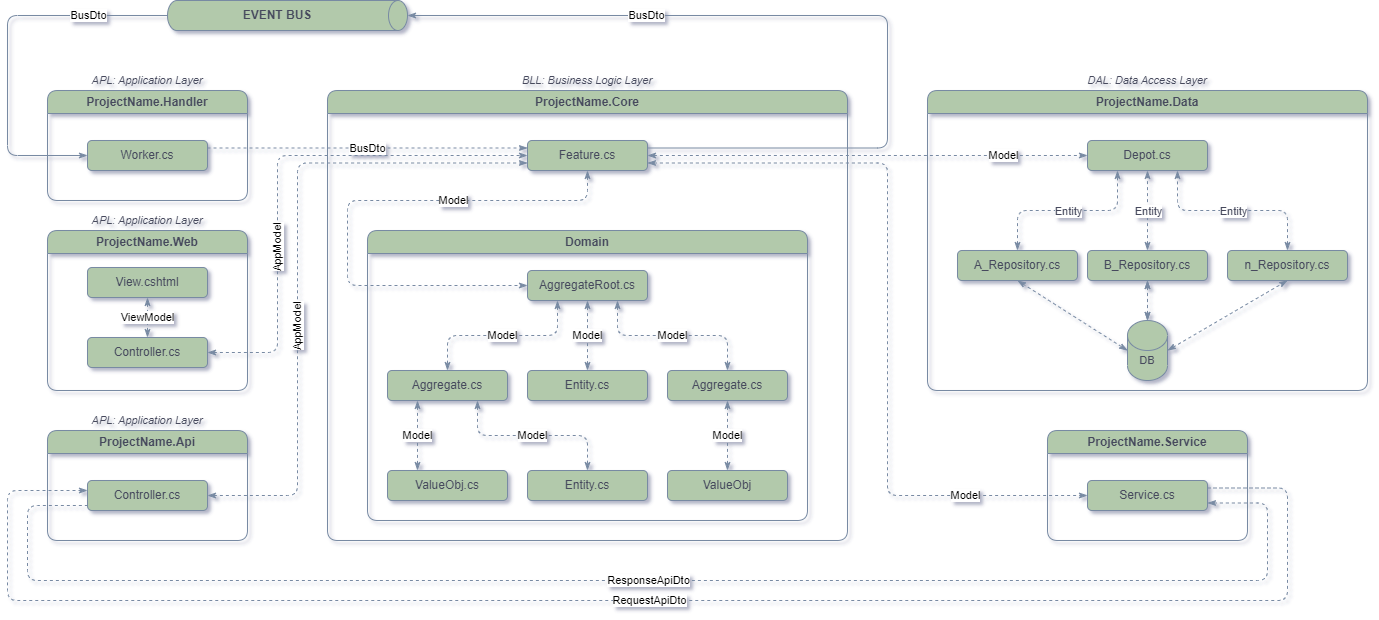
iDoctor1977/MicroServicesTemplate keeps this draw.io diagram as docs/SolutionArchitecture_style.png. Above is the earlier version. Source tidied: cells renumbered, new cells last; positions are measured from the earlier drawing's top-left corner, leaving out a move shared by most shapes.
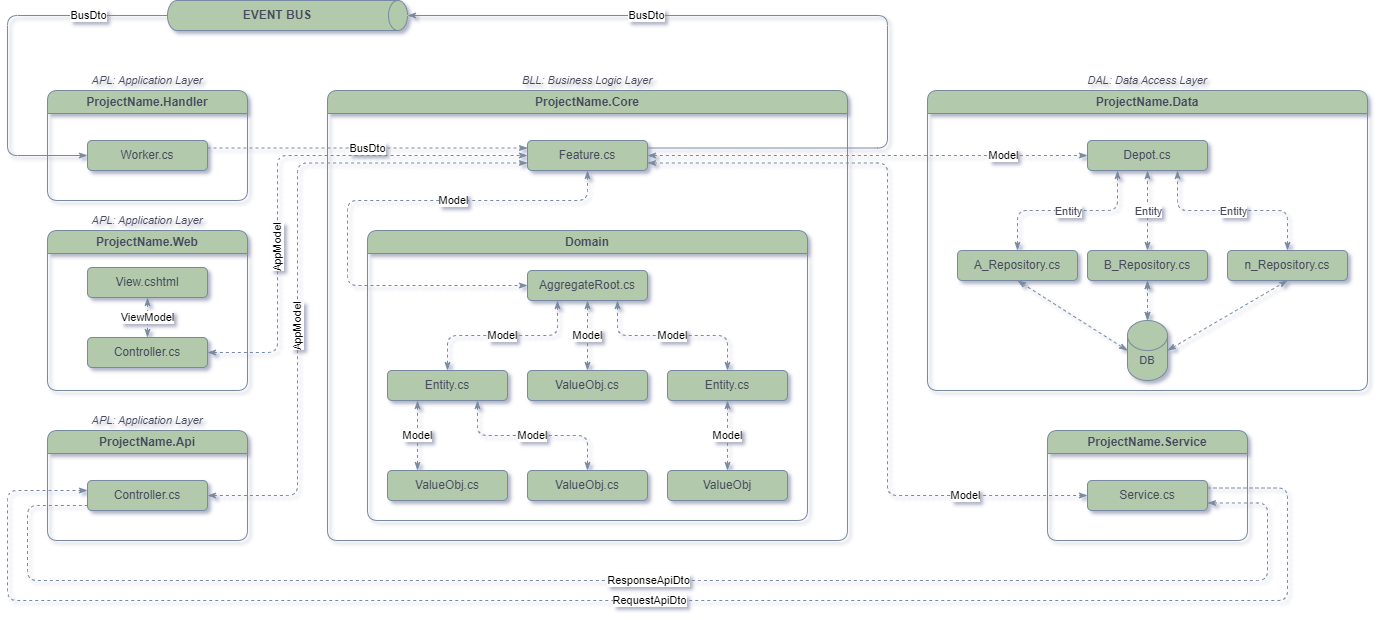
Above is the later version.

The edit, as a diff of the source:
```diff
@@ -61,13 +61,13 @@
     <mxCell id="15" value="AggregateRoot.cs" style="rounded=1;whiteSpace=wrap;html=1;labelBackgroundColor=none;fillColor=#B2C9AB;strokeColor=#788AA3;fontColor=#46495D;fillStyle=auto;fontFamily=Helvetica;" parent="12" vertex="1">
       <mxGeometry x="160" y="40" width="120" height="30" as="geometry" />
     </mxCell>
-    <mxCell id="16" value="Entity.cs" style="rounded=1;whiteSpace=wrap;html=1;labelBackgroundColor=none;fillColor=#B2C9AB;strokeColor=#788AA3;fontColor=#46495D;fontFamily=Helvetica;" parent="12" vertex="1">
+    <mxCell id="16" value="ValueObj.cs" style="rounded=1;whiteSpace=wrap;html=1;labelBackgroundColor=none;fillColor=#B2C9AB;strokeColor=#788AA3;fontColor=#46495D;fontFamily=Helvetica;" parent="12" vertex="1">
       <mxGeometry x="160" y="140" width="120" height="30" as="geometry" />
     </mxCell>
     <mxCell id="17" value="Model" style="edgeStyle=orthogonalEdgeStyle;shape=connector;rounded=1;jettySize=auto;html=1;dashed=1;labelBackgroundColor=default;strokeColor=#788AA3;align=center;verticalAlign=middle;fontFamily=Helvetica;fontSize=11;fontColor=default;startArrow=classicThin;startFill=1;endArrow=classicThin;endFill=1;" parent="12" edge="1" source="18" target="25">
       <mxGeometry relative="1" as="geometry" />
     </mxCell>
-    <mxCell id="18" value="Aggregate.cs" style="rounded=1;whiteSpace=wrap;html=1;labelBackgroundColor=none;fillColor=#B2C9AB;strokeColor=#788AA3;fontColor=#46495D;fontFamily=Helvetica;" parent="12" vertex="1">
+    <mxCell id="18" value="Entity.cs" style="rounded=1;whiteSpace=wrap;html=1;labelBackgroundColor=none;fillColor=#B2C9AB;strokeColor=#788AA3;fontColor=#46495D;fontFamily=Helvetica;" parent="12" vertex="1">
       <mxGeometry x="300" y="140" width="120" height="30" as="geometry" />
     </mxCell>
     <mxCell id="19" value="Model" style="edgeStyle=orthogonalEdgeStyle;shape=connector;rounded=1;jettySize=auto;html=1;exitX=0.75;exitY=1;exitDx=0;exitDy=0;entryX=0.5;entryY=0;entryDx=0;entryDy=0;dashed=1;labelBackgroundColor=default;strokeColor=#788AA3;align=center;verticalAlign=middle;fontFamily=Helvetica;fontSize=11;fontColor=default;startArrow=classicThin;startFill=1;endArrow=classicThin;endFill=1;" parent="12" edge="1" source="21" target="24">
@@ -76,7 +76,7 @@
     <mxCell id="20" value="Model" style="edgeStyle=orthogonalEdgeStyle;rounded=0;jettySize=auto;html=1;exitX=0.25;exitY=1;exitDx=0;exitDy=0;entryX=0.25;entryY=0;entryDx=0;entryDy=0;labelBackgroundColor=default;strokeColor=#788AA3;fontColor=default;dashed=1;startArrow=classicThin;startFill=1;endArrow=classicThin;endFill=1;" parent="12" edge="1" source="21" target="23">
       <mxGeometry relative="1" as="geometry" />
     </mxCell>
-    <mxCell id="21" value="Aggregate.cs" style="rounded=1;whiteSpace=wrap;html=1;labelBackgroundColor=none;fillColor=#B2C9AB;strokeColor=#788AA3;fontColor=#46495D;fontFamily=Helvetica;" parent="12" vertex="1">
+    <mxCell id="21" value="Entity.cs" style="rounded=1;whiteSpace=wrap;html=1;labelBackgroundColor=none;fillColor=#B2C9AB;strokeColor=#788AA3;fontColor=#46495D;fontFamily=Helvetica;" parent="12" vertex="1">
       <mxGeometry x="20" y="140" width="120" height="30" as="geometry" />
     </mxCell>
     <mxCell id="22" value="Model" style="endArrow=classicThin;html=1;rounded=1;dashed=1;labelBackgroundColor=default;strokeColor=#788AA3;align=center;verticalAlign=middle;fontFamily=Helvetica;fontSize=11;fontColor=default;shape=connector;entryX=0.5;entryY=1;entryDx=0;entryDy=0;exitX=0.5;exitY=0;exitDx=0;exitDy=0;startArrow=classicThin;startFill=1;endFill=1;" parent="12" edge="1" source="16" target="15">
@@ -85,7 +85,7 @@
     <mxCell id="23" value="ValueObj.cs" style="rounded=1;whiteSpace=wrap;html=1;labelBackgroundColor=none;fillColor=#B2C9AB;strokeColor=#788AA3;fontColor=#46495D;fontFamily=Helvetica;" parent="12" vertex="1">
       <mxGeometry x="20" y="240" width="120" height="30" as="geometry" />
     </mxCell>
-    <mxCell id="24" value="Entity.cs" style="rounded=1;whiteSpace=wrap;html=1;labelBackgroundColor=none;fillColor=#B2C9AB;strokeColor=#788AA3;fontColor=#46495D;fontFamily=Helvetica;" parent="12" vertex="1">
+    <mxCell id="24" value="ValueObj.cs" style="rounded=1;whiteSpace=wrap;html=1;labelBackgroundColor=none;fillColor=#B2C9AB;strokeColor=#788AA3;fontColor=#46495D;fontFamily=Helvetica;" parent="12" vertex="1">
       <mxGeometry x="160" y="240" width="120" height="30" as="geometry" />
     </mxCell>
     <mxCell id="25" value="ValueObj" style="rounded=1;whiteSpace=wrap;html=1;labelBackgroundColor=none;fillColor=#B2C9AB;strokeColor=#788AA3;fontColor=#46495D;fontFamily=Helvetica;" parent="12" vertex="1">
```
